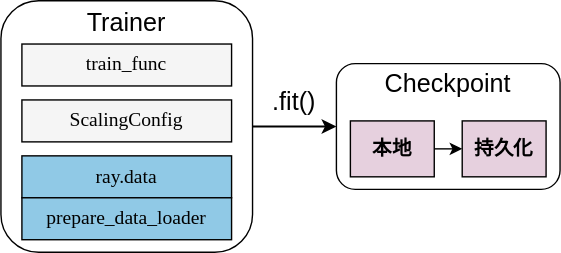
Earlier version of the draw.io export img/ch-ray-train-tune/ray-train-key-parts.svg (godaai/scale-py-zh). Source tidied: cells renumbered, new cells last; positions are measured from the earlier drawing's top-left corner, leaving out a move shared by most shapes.
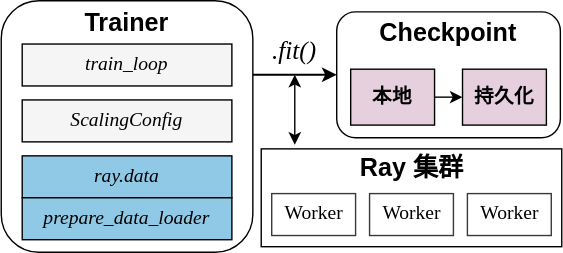
After the change.

Commit message:
add Ray Train and Tune (#30)

Change to the diagram source:
```diff
@@ -5,41 +5,64 @@
     <mxCell id="2" style="rounded=1;whiteSpace=wrap;html=1;fillColor=none;" parent="1" vertex="1">
       <mxGeometry width="180" height="180" as="geometry" />
     </mxCell>
-    <mxCell id="3" value="&lt;font style=&quot;font-size: 18px;&quot;&gt;Trainer&lt;/font&gt;" style="text;html=1;strokeColor=none;fillColor=none;align=center;verticalAlign=middle;whiteSpace=wrap;rounded=0;" parent="1" vertex="1">
+    <mxCell id="3" value="&lt;font style=&quot;font-size: 18px;&quot;&gt;&lt;b&gt;Trainer&lt;/b&gt;&lt;/font&gt;" style="text;html=1;strokeColor=none;fillColor=none;align=center;verticalAlign=middle;whiteSpace=wrap;rounded=0;" parent="1" vertex="1">
       <mxGeometry x="60" y="1" width="60" height="30" as="geometry" />
     </mxCell>
-    <mxCell id="4" value="&lt;font style=&quot;font-size: 14px;&quot; face=&quot;Garamond&quot;&gt;train_func&lt;/font&gt;" style="rounded=0;whiteSpace=wrap;html=1;fillColor=#F5F5F5;" parent="1" vertex="1">
+    <mxCell id="4" value="&lt;font style=&quot;font-size: 14px;&quot;&gt;train_loop&lt;/font&gt;" style="rounded=0;whiteSpace=wrap;html=1;fillColor=#F5F5F5;fontFamily=Garamond;fontStyle=2;" parent="1" vertex="1">
       <mxGeometry x="15" y="31" width="150" height="30" as="geometry" />
     </mxCell>
-    <mxCell id="5" value="&lt;font face=&quot;Garamond&quot; style=&quot;font-size: 14px;&quot;&gt;ScalingConfig&lt;/font&gt;" style="rounded=0;whiteSpace=wrap;html=1;fillColor=#F5F5F5;" parent="1" vertex="1">
+    <mxCell id="5" value="&lt;font style=&quot;font-size: 14px;&quot;&gt;ScalingConfig&lt;/font&gt;" style="rounded=0;whiteSpace=wrap;html=1;fillColor=#F5F5F5;fontFamily=Garamond;fontStyle=2;" parent="1" vertex="1">
       <mxGeometry x="15" y="71" width="150" height="30" as="geometry" />
     </mxCell>
-    <mxCell id="6" value="&lt;span style=&quot;font-size: 14px;&quot;&gt;&lt;font face=&quot;Garamond&quot;&gt;ray.data&lt;/font&gt;&lt;/span&gt;" style="rounded=0;whiteSpace=wrap;html=1;fillColor=#90C9E6;" parent="1" vertex="1">
+    <mxCell id="6" value="&lt;span style=&quot;font-size: 14px;&quot;&gt;&lt;font&gt;ray.data&lt;/font&gt;&lt;/span&gt;" style="rounded=0;whiteSpace=wrap;html=1;fillColor=#90C9E6;fontFamily=Garamond;fontStyle=2;" parent="1" vertex="1">
       <mxGeometry x="15" y="111" width="150" height="30" as="geometry" />
     </mxCell>
-    <mxCell id="7" value="&lt;font style=&quot;font-size: 14px;&quot; face=&quot;Garamond&quot;&gt;prepare_data_loader&lt;/font&gt;" style="rounded=0;whiteSpace=wrap;html=1;fillColor=#90C9E6;" parent="1" vertex="1">
+    <mxCell id="7" value="&lt;font style=&quot;font-size: 14px;&quot;&gt;prepare_data_loader&lt;/font&gt;" style="rounded=0;whiteSpace=wrap;html=1;fillColor=#90C9E6;fontFamily=Garamond;fontStyle=2;" parent="1" vertex="1">
       <mxGeometry x="15" y="141" width="150" height="30" as="geometry" />
     </mxCell>
     <mxCell id="8" style="rounded=1;whiteSpace=wrap;html=1;fillColor=none;" parent="1" vertex="1">
-      <mxGeometry x="240" y="45" width="160" height="90" as="geometry" />
+      <mxGeometry x="240" y="8" width="160" height="90" as="geometry" />
     </mxCell>
-    <mxCell id="9" style="endArrow=classic;html=1;rounded=0;exitX=1;exitY=0.5;exitDx=0;exitDy=0;entryX=0;entryY=0.5;entryDx=0;entryDy=0;entryPerimeter=0;strokeWidth=1.5;" parent="1" edge="1" source="2" target="8">
-      <mxGeometry relative="1" as="geometry" />
+    <mxCell id="9" style="endArrow=classic;html=1;rounded=0;exitX=1;exitY=0.5;exitDx=0;exitDy=0;entryX=0;entryY=0.5;entryDx=0;entryDy=0;entryPerimeter=0;strokeWidth=1.5;" parent="1" edge="1" target="8">
+      <mxGeometry relative="1" as="geometry">
+        <mxPoint x="180" y="53" as="sourcePoint" />
+      </mxGeometry>
     </mxCell>
-    <mxCell id="10" value="&lt;font style=&quot;font-size: 18px;&quot;&gt;.fit()&lt;/font&gt;" style="text;html=1;strokeColor=none;fillColor=none;align=center;verticalAlign=middle;whiteSpace=wrap;rounded=0;strokeWidth=1.5;" parent="1" vertex="1">
-      <mxGeometry x="180" y="58" width="60" height="30" as="geometry" />
+    <mxCell id="10" value="&lt;font face=&quot;Garamond&quot; style=&quot;font-size: 18px;&quot;&gt;&lt;i&gt;.fit()&lt;/i&gt;&lt;/font&gt;" style="text;html=1;strokeColor=none;fillColor=none;align=center;verticalAlign=middle;whiteSpace=wrap;rounded=0;strokeWidth=1.5;" parent="1" vertex="1">
+      <mxGeometry x="180" y="21" width="60" height="30" as="geometry" />
     </mxCell>
-    <mxCell id="11" value="Checkpoint" style="text;html=1;strokeColor=none;fillColor=none;align=center;verticalAlign=middle;whiteSpace=wrap;rounded=0;fontSize=18;" parent="1" vertex="1">
-      <mxGeometry x="290" y="45" width="60" height="30" as="geometry" />
+    <mxCell id="11" value="&lt;b&gt;Checkpoint&lt;/b&gt;" style="text;html=1;strokeColor=none;fillColor=none;align=center;verticalAlign=middle;whiteSpace=wrap;rounded=0;fontSize=18;" parent="1" vertex="1">
+      <mxGeometry x="290" y="8" width="60" height="30" as="geometry" />
     </mxCell>
     <mxCell id="12" value="&lt;b&gt;&lt;font style=&quot;font-size: 14px;&quot;&gt;本地&lt;/font&gt;&lt;/b&gt;" style="rounded=0;whiteSpace=wrap;html=1;fillColor=#E6D0DE;" parent="1" vertex="1">
-      <mxGeometry x="250" y="86" width="60" height="40" as="geometry" />
+      <mxGeometry x="250" y="49" width="60" height="40" as="geometry" />
     </mxCell>
     <mxCell id="13" value="&lt;span style=&quot;font-size: 14px;&quot;&gt;&lt;b&gt;持久化&lt;/b&gt;&lt;/span&gt;" style="rounded=0;whiteSpace=wrap;html=1;fillColor=#E6D0DE;" parent="1" vertex="1">
-      <mxGeometry x="330" y="86" width="60" height="40" as="geometry" />
+      <mxGeometry x="330" y="49" width="60" height="40" as="geometry" />
     </mxCell>
     <mxCell id="14" style="endArrow=classic;html=1;rounded=0;exitX=1;exitY=0.5;exitDx=0;exitDy=0;entryX=0;entryY=0.5;entryDx=0;entryDy=0;" parent="1" edge="1" source="12" target="13">
       <mxGeometry relative="1" as="geometry" />
     </mxCell>
+    <mxCell id="15" style="rounded=0;whiteSpace=wrap;html=1;fillColor=none;" parent="1" vertex="1">
+      <mxGeometry x="186" y="106" width="215" height="70" as="geometry" />
+    </mxCell>
+    <mxCell id="16" value="&lt;span style=&quot;font-size: 18px;&quot;&gt;&lt;b&gt;Ray 集群&lt;/b&gt;&lt;/span&gt;" style="text;html=1;strokeColor=none;fillColor=none;align=center;verticalAlign=middle;whiteSpace=wrap;rounded=0;" parent="1" vertex="1">
+      <mxGeometry x="253.5" y="105" width="80" height="30" as="geometry" />
+    </mxCell>
+    <mxCell id="17" value="Worker" style="rounded=0;whiteSpace=wrap;html=1;fontSize=14;fillColor=none;strokeColor=#36393d;fontFamily=Times New Roman;" parent="1" vertex="1">
+      <mxGeometry x="193.5" y="138" width="60" height="30" as="geometry" />
+    </mxCell>
+    <mxCell id="18" value="Worker" style="rounded=0;whiteSpace=wrap;html=1;fontSize=14;fillColor=none;strokeColor=#36393d;fontFamily=Times New Roman;" parent="1" vertex="1">
+      <mxGeometry x="263.5" y="138" width="60" height="30" as="geometry" />
+    </mxCell>
+    <mxCell id="19" value="Worker" style="rounded=0;whiteSpace=wrap;html=1;fontSize=14;fillColor=none;strokeColor=#36393d;fontFamily=Times New Roman;" parent="1" vertex="1">
+      <mxGeometry x="333.5" y="138" width="60" height="30" as="geometry" />
+    </mxCell>
+    <mxCell id="20" style="endArrow=classic;startArrow=classic;html=1;rounded=0;" parent="1" edge="1">
+      <mxGeometry relative="1" as="geometry">
+        <mxPoint x="210" y="103" as="sourcePoint" />
+        <mxPoint x="210" y="53" as="targetPoint" />
+      </mxGeometry>
+    </mxCell>
   </root>
 </mxGraphModel>
```
